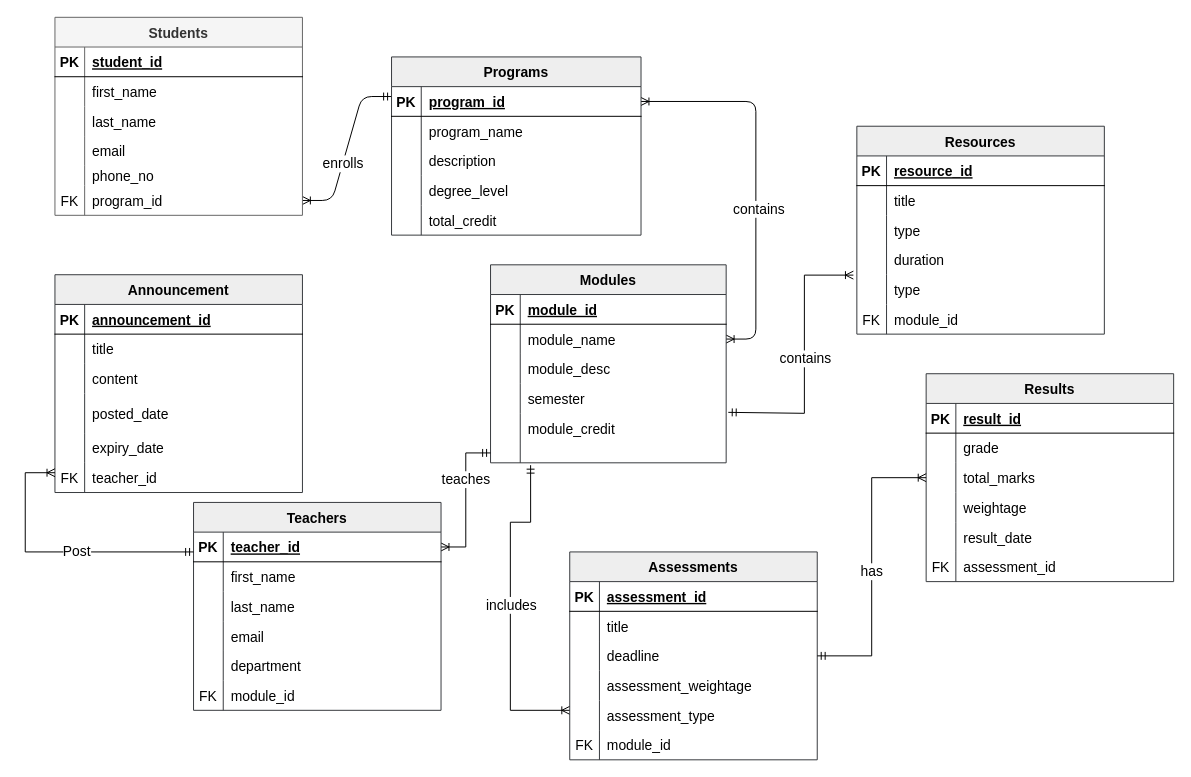
Earlier version of the draw.io diagram Database.drawio (pawal-karki/DRAW.IO). Source tidied: cells renumbered, new cells numbered last; positions are measured from the earlier drawing's top-left corner, leaving out a move shared by most shapes. Both pictures are drawn from the tidied source at 99%, with x=0, y=0 at pixel (25, 17).
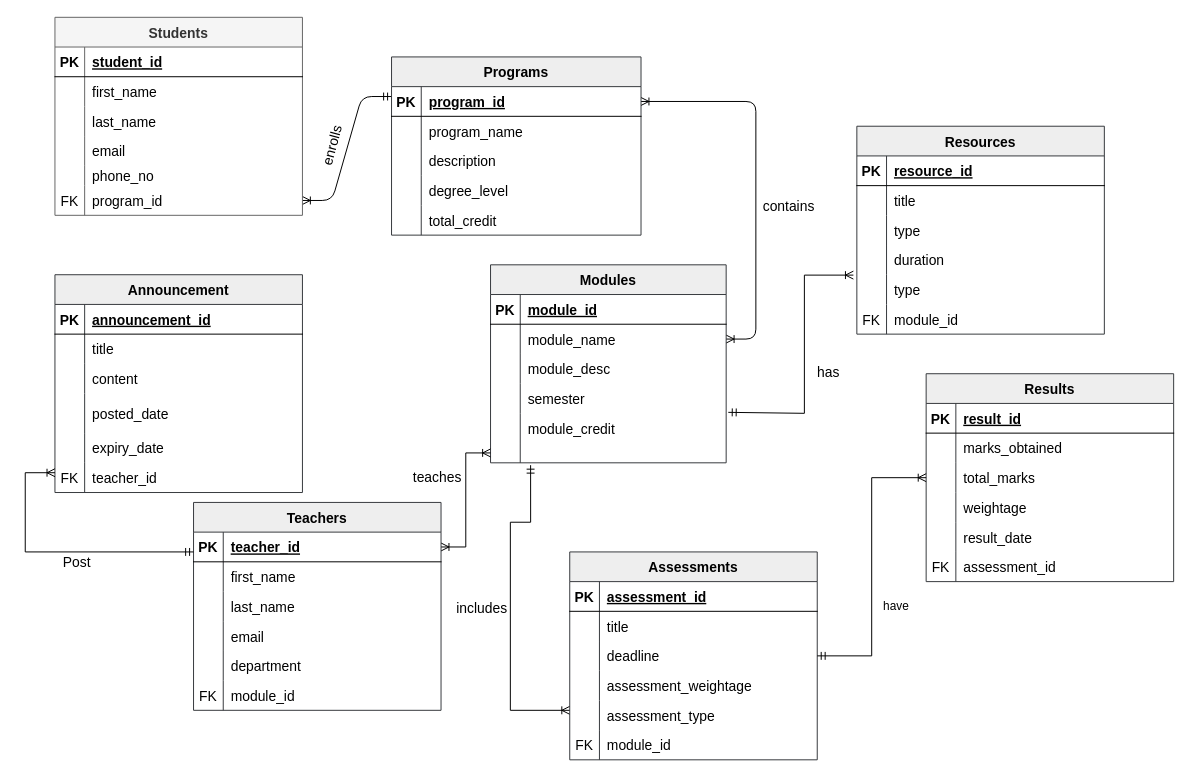
The same page after the edit.

Unchanged cells that the change refers to:
```xml
<mxCell id="4" style="edgeStyle=entityRelationEdgeStyle;endArrow=ERoneToMany;startArrow=ERoneToMany;endFill=0;startFill=0;fontSize=14;" parent="1" edge="1" source="7" target="26">
  <mxGeometry relative="1" as="geometry" />
</mxCell>
<mxCell id="38" style="shape=partialRectangle;fillColor=none;points=[[0,0.5],[1,0.5]];portConstraint=eastwest;top=0;left=0;right=0;bottom=0;fontSize=14;" parent="22" vertex="1">
  <mxGeometry y="180" width="238" height="20" as="geometry" />
</mxCell>
<mxCell id="57" style="shape=partialRectangle;fillColor=none;points=[[0,0.5],[1,0.5]];portConstraint=eastwest;top=0;left=0;right=0;bottom=0;fontSize=14;" parent="41" vertex="1">
  <mxGeometry y="170" width="250" height="30" as="geometry" />
</mxCell>
<mxCell id="82" style="shape=partialRectangle;fillColor=none;points=[[0,0.5],[1,0.5]];portConstraint=eastwest;top=0;left=0;right=0;bottom=1;fontSize=14;" parent="81" vertex="1">
  <mxGeometry y="30" width="250" height="30" as="geometry" />
</mxCell>
<mxCell id="100" style="edgeStyle=orthogonalEdgeStyle;rounded=0;jettySize=auto;html=1;endArrow=ERmandOne;endFill=0;entryX=0.17;entryY=1.12;entryDx=0;entryDy=0;entryPerimeter=0;startArrow=ERoneToMany;startFill=0;fontSize=14;" parent="1" edge="1" source="115" target="38">
  <mxGeometry relative="1" as="geometry">
    <Array as="points">
      <mxPoint x="490" y="700" />
      <mxPoint x="490" y="510" />
      <mxPoint x="510" y="510" />
    </Array>
  </mxGeometry>
</mxCell>
<mxCell id="140" style="edgeStyle=orthogonalEdgeStyle;rounded=0;jettySize=auto;html=1;entryX=1.009;entryY=-0.033;entryDx=0;entryDy=0;entryPerimeter=0;endArrow=ERmandOne;endFill=0;startArrow=ERoneToMany;startFill=0;exitX=-0.014;exitY=0.013;exitDx=0;exitDy=0;exitPerimeter=0;fontSize=14;" parent="1" edge="1" source="134" target="35">
  <mxGeometry relative="1" as="geometry">
    <Array as="points">
      <mxPoint x="787" y="260" />
      <mxPoint x="787" y="400" />
      <mxPoint x="710" y="400" />
    </Array>
  </mxGeometry>
</mxCell>
<mxCell id="146" style="shape=partialRectangle;fillColor=none;top=0;left=0;right=0;bottom=0;fontSize=14;" parent="142" vertex="1">
  <mxGeometry y="60" width="250" height="30" as="geometry" />
</mxCell>
<mxCell id="161" style="edgeStyle=orthogonalEdgeStyle;rounded=0;jettySize=auto;html=1;entryX=0;entryY=0.333;entryDx=0;entryDy=0;startArrow=ERmandOne;startFill=0;endArrow=ERoneToMany;endFill=0;exitX=0;exitY=0.667;exitDx=0;exitDy=0;exitPerimeter=0;entryPerimeter=0;fontSize=14;" parent="1" edge="1" source="82" target="76">
  <mxGeometry relative="1" as="geometry">
    <Array as="points">
      <mxPoint y="540" />
      <mxPoint y="460" />
    </Array>
  </mxGeometry>
</mxCell>
<mxCell id="163" style="edgeStyle=orthogonalEdgeStyle;rounded=0;jettySize=auto;html=1;exitX=1;exitY=0.5;exitDx=0;exitDy=0;entryX=0;entryY=0.5;entryDx=0;entryDy=0;startArrow=ERmandOne;startFill=0;endArrow=ERoneToMany;endFill=0;fontSize=14;" parent="1" edge="1" source="109" target="149">
  <mxGeometry relative="1" as="geometry" />
</mxCell>
```

The edit, as a diff of the source:
```diff
@@
     <mxCell id="2" style="edgeStyle=entityRelationEdgeStyle;endArrow=ERmandOne;startArrow=ERoneToMany;endFill=0;startFill=0;fontSize=14;" parent="1" edge="1" source="57">
       <mxGeometry relative="1" as="geometry">
         <mxPoint x="370" y="80" as="targetPoint" />
         <Array as="points">
           <mxPoint x="508" y="295" />
+          <mxPoint x="300" y="130" />
           <mxPoint x="498" y="295" />
         </Array>
       </mxGeometry>
     </mxCell>
-    <mxCell id="3" value="enrolls" style="edgeLabel;html=1;align=center;verticalAlign=middle;fontSize=14;" parent="2" vertex="1">
+    <mxCell id="3" value="enrolls" style="edgeLabel;html=1;align=center;verticalAlign=middle;fontSize=14;rotation=-75;" parent="2" vertex="1">
       <mxGeometry x="-0.09" relative="1" as="geometry">
-        <mxPoint x="-2" y="8" as="offset" />
+        <mxPoint x="-13" y="-9" as="offset" />
       </mxGeometry>
     </mxCell>
@@
     <mxCell id="5" value="contains" style="edgeLabel;html=1;align=center;verticalAlign=middle;fontSize=14;" parent="4" vertex="1">
-      <mxGeometry x="0.16" y="2" relative="1" as="geometry" />
+      <mxGeometry x="0.16" y="2" relative="1" as="geometry">
+        <mxPoint x="30" y="-3" as="offset" />
+      </mxGeometry>
     </mxCell>
@@
-    <mxCell id="79" style="edgeStyle=orthogonalEdgeStyle;rounded=0;jettySize=auto;html=1;entryX=1;entryY=0.5;entryDx=0;entryDy=0;startArrow=ERmandOne;startFill=0;endArrow=ERoneToMany;endFill=0;exitX=0;exitY=0.5;exitDx=0;exitDy=0;fontSize=14;" parent="1" edge="1" source="38" target="82">
+    <mxCell id="79" style="edgeStyle=orthogonalEdgeStyle;rounded=0;jettySize=auto;html=1;entryX=1;entryY=0.5;entryDx=0;entryDy=0;startArrow=ERoneToMany;startFill=0;endArrow=ERoneToMany;endFill=0;exitX=0;exitY=0.5;exitDx=0;exitDy=0;fontSize=14;" parent="1" edge="1" source="38" target="82">
       <mxGeometry relative="1" as="geometry" />
     </mxCell>
     <mxCell id="80" value="teaches" style="edgeLabel;html=1;align=center;verticalAlign=middle;fontSize=14;" parent="79" vertex="1">
-      <mxGeometry x="-0.29" y="-1" relative="1" as="geometry" />
+      <mxGeometry x="-0.29" y="-1" relative="1" as="geometry">
+        <mxPoint x="-29" y="-2" as="offset" />
+      </mxGeometry>
     </mxCell>
@@
     <mxCell id="101" value="includes" style="edgeLabel;html=1;align=center;verticalAlign=middle;fontSize=14;" parent="100" vertex="1">
-      <mxGeometry x="0.02" relative="1" as="geometry" />
+      <mxGeometry x="0.02" relative="1" as="geometry">
+        <mxPoint x="-30" y="3" as="offset" />
+      </mxGeometry>
     </mxCell>
@@
-    <mxCell id="141" value="contains" style="edgeLabel;html=1;align=center;verticalAlign=middle;fontSize=14;" parent="140" vertex="1">
-      <mxGeometry x="0.01" relative="1" as="geometry" />
+    <mxCell id="141" value="has" style="edgeLabel;html=1;align=center;verticalAlign=middle;fontSize=14;" parent="140" vertex="1">
+      <mxGeometry x="0.01" relative="1" as="geometry">
+        <mxPoint x="23" y="14" as="offset" />
+      </mxGeometry>
     </mxCell>
@@
-    <mxCell id="148" value="grade" style="shape=partialRectangle;overflow=hidden;fillColor=none;top=0;left=0;bottom=0;right=0;align=left;spacingLeft=6;fontSize=14;" parent="146" vertex="1">
+    <mxCell id="148" value="marks_obtained" style="shape=partialRectangle;overflow=hidden;fillColor=none;top=0;left=0;bottom=0;right=0;align=left;spacingLeft=6;fontSize=14;" parent="146" vertex="1">
       <mxGeometry x="30" width="220" height="30" as="geometry" />
     </mxCell>
@@
     <mxCell id="162" value="Post" style="edgeLabel;html=1;align=center;verticalAlign=middle;fontSize=14;" parent="161" vertex="1">
-      <mxGeometry x="-0.15" y="-1" relative="1" as="geometry" />
+      <mxGeometry x="-0.15" y="-1" relative="1" as="geometry">
+        <mxPoint y="11" as="offset" />
+      </mxGeometry>
     </mxCell>
@@
-    <mxCell id="164" value="has" style="edgeLabel;html=1;align=center;verticalAlign=middle;fontSize=14;" parent="163" vertex="1">
-      <mxGeometry x="-0.03" y="1" relative="1" as="geometry" />
-    </mxCell>
+    <mxCell id="165" value="have" style="text;html=1;align=center;verticalAlign=middle;whiteSpace=wrap;rounded=0;" parent="1" vertex="1">
+      <mxGeometry x="850" y="580" width="60" height="30" as="geometry" />
+    </mxCell>
```
